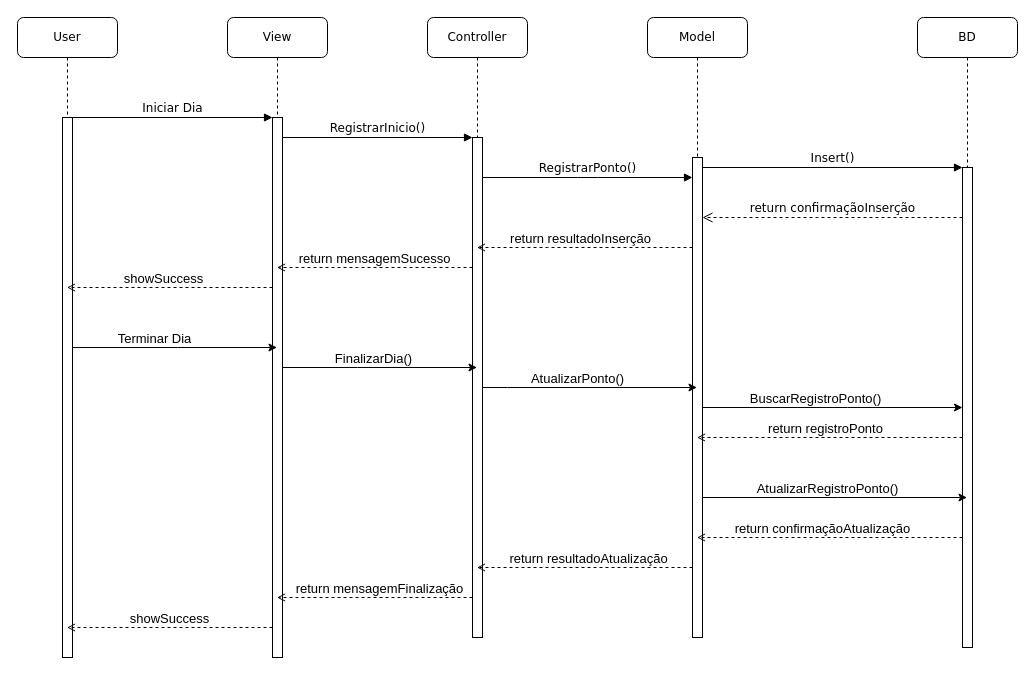
GabrielWhite96/TaskLy_LPS keeps this draw.io diagram as docs/DiagramaSequenciaControleDePonto.drawio. Above is the earlier version. Source tidied: cells renumbered, new cells numbered last; positions are measured from the earlier drawing's top-left corner, leaving out a move shared by most shapes. Both pictures are drawn from the tidied source at 100%, with x=0, y=0 at pixel (17, 17).
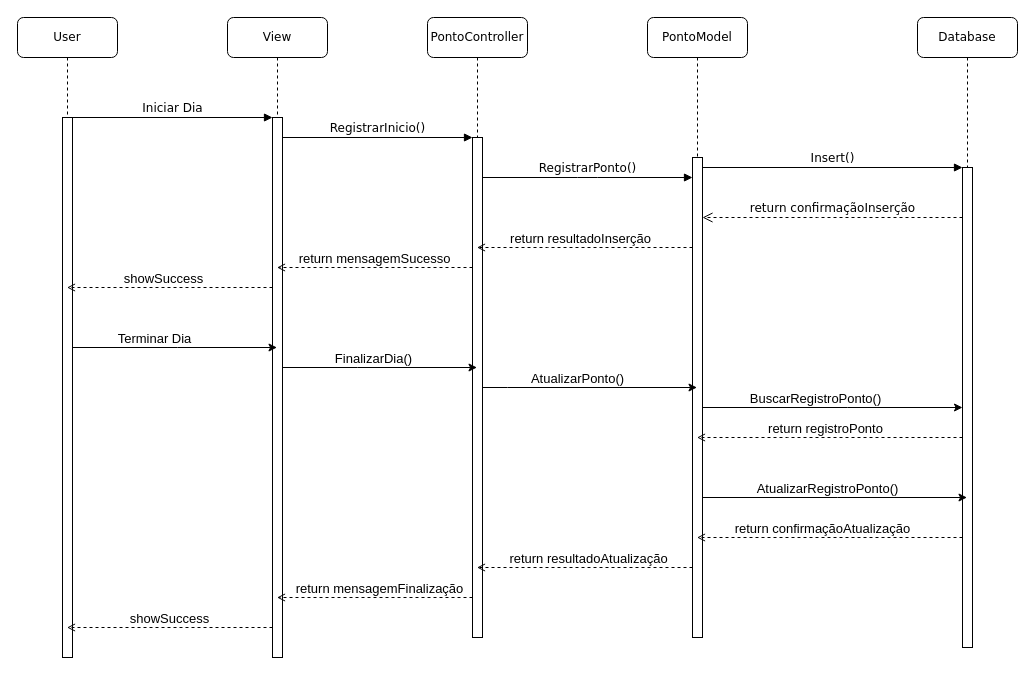
The same diagram, later.

The edit, as a diff of the source:
```diff
@@
-    <mxCell id="4" value="Controller" style="shape=umlLifeline;perimeter=lifelinePerimeter;whiteSpace=wrap;html=1;outlineConnect=0;rounded=1;shadow=0;comic=0;labelBackgroundColor=none;strokeWidth=1;fontFamily=Verdana;fontSize=12;align=center;" parent="1" vertex="1">
+    <mxCell id="4" value="PontoController" style="shape=umlLifeline;perimeter=lifelinePerimeter;whiteSpace=wrap;html=1;outlineConnect=0;rounded=1;shadow=0;comic=0;labelBackgroundColor=none;strokeWidth=1;fontFamily=Verdana;fontSize=12;align=center;" parent="1" vertex="1">
       <mxGeometry x="410" width="100" height="620" as="geometry" />
     </mxCell>
@@
-    <mxCell id="6" value="Model" style="shape=umlLifeline;perimeter=lifelinePerimeter;whiteSpace=wrap;html=1;outlineConnect=0;rounded=1;shadow=0;comic=0;labelBackgroundColor=none;strokeWidth=1;fontFamily=Verdana;fontSize=12;align=center;" parent="1" vertex="1">
+    <mxCell id="6" value="PontoModel " style="shape=umlLifeline;perimeter=lifelinePerimeter;whiteSpace=wrap;html=1;outlineConnect=0;rounded=1;shadow=0;comic=0;labelBackgroundColor=none;strokeWidth=1;fontFamily=Verdana;fontSize=12;align=center;" parent="1" vertex="1">
       <mxGeometry x="630" width="100" height="580" as="geometry" />
     </mxCell>
-    <mxCell id="7" value="BD" style="shape=umlLifeline;perimeter=lifelinePerimeter;whiteSpace=wrap;html=1;outlineConnect=0;rounded=1;shadow=0;comic=0;labelBackgroundColor=none;strokeWidth=1;fontFamily=Verdana;fontSize=12;align=center;" parent="1" vertex="1">
+    <mxCell id="7" value="Database " style="shape=umlLifeline;perimeter=lifelinePerimeter;whiteSpace=wrap;html=1;outlineConnect=0;rounded=1;shadow=0;comic=0;labelBackgroundColor=none;strokeWidth=1;fontFamily=Verdana;fontSize=12;align=center;" parent="1" vertex="1">
       <mxGeometry x="900" width="100" height="630" as="geometry" />
     </mxCell>
```
